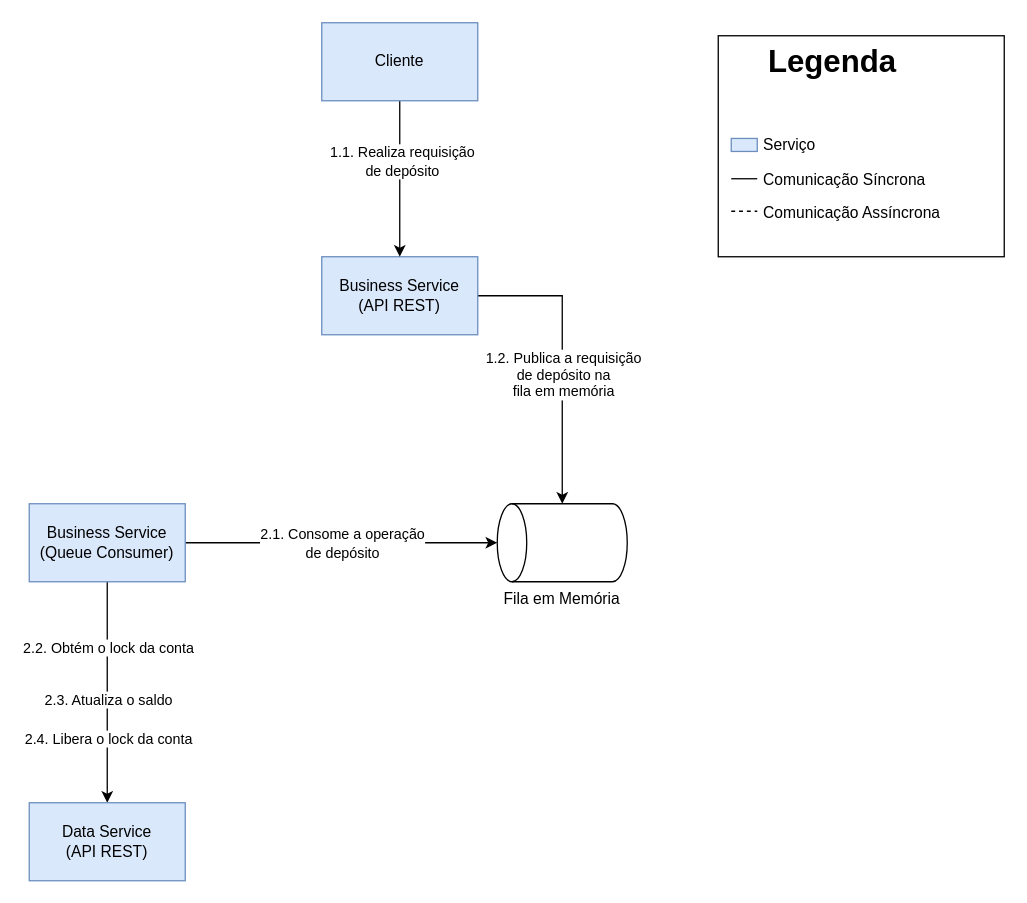
This is page "ServidorDeNegocio-Deposito" (3 of 5) of docs/diagrama-servidor-negocio.drawio from eaneto/distributed-bank, a draw.io file, before an edit. Source tidied: cells renumbered, new cells numbered last; positions are measured from the earlier drawing's top-left corner, leaving out a move shared by most shapes. Both pictures are drawn from the tidied source at 130%, with x=0, y=0 at pixel (29, 22).
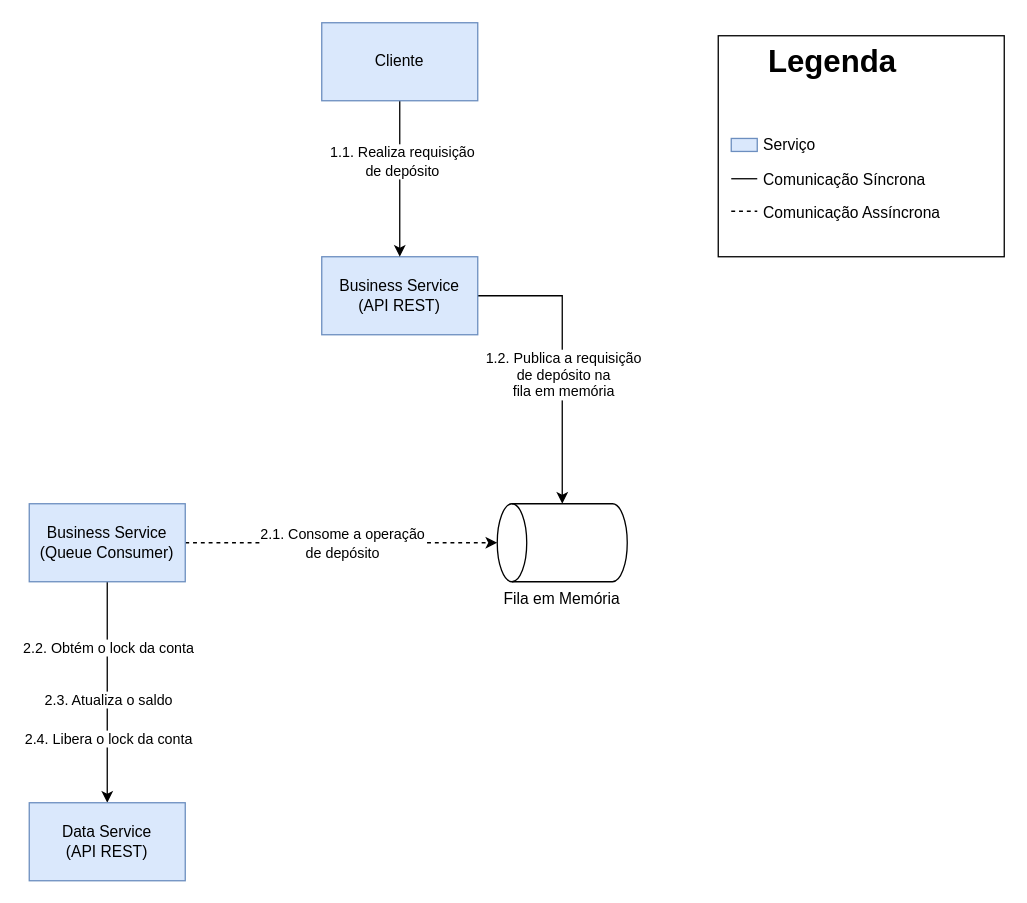
The same page after the edit.

Unchanged cells that the change refers to:
```xml
<mxCell id="13" value="Business Service&lt;br&gt;(Queue Consumer)" style="rounded=0;whiteSpace=wrap;html=1;fillColor=#dae8fc;strokeColor=#6c8ebf;" parent="1" vertex="1">
  <mxGeometry y="370" width="120" height="60" as="geometry" />
</mxCell>
<mxCell id="14" value="Fila em Memória" style="shape=cylinder3;whiteSpace=wrap;html=1;boundedLbl=1;backgroundOutline=1;size=11.341055198427057;rotation=0;labelPosition=center;verticalLabelPosition=bottom;align=center;verticalAlign=top;textDirection=ltr;horizontal=1;direction=north;" parent="1" vertex="1">
  <mxGeometry x="360" y="370" width="100" height="60" as="geometry" />
</mxCell>
```

Diff of the diagram source:
```diff
@@
-    <mxCell id="9" style="edgeStyle=orthogonalEdgeStyle;rounded=0;jettySize=auto;html=1;entryX=0.5;entryY=0;entryDx=0;entryDy=0;entryPerimeter=0;" parent="1" edge="1" source="13" target="14">
+    <mxCell id="9" style="edgeStyle=orthogonalEdgeStyle;rounded=0;jettySize=auto;html=1;entryX=0.5;entryY=0;entryDx=0;entryDy=0;entryPerimeter=0;dashed=1;" parent="1" edge="1" source="13" target="14">
       <mxGeometry relative="1" as="geometry" />
     </mxCell>
```
